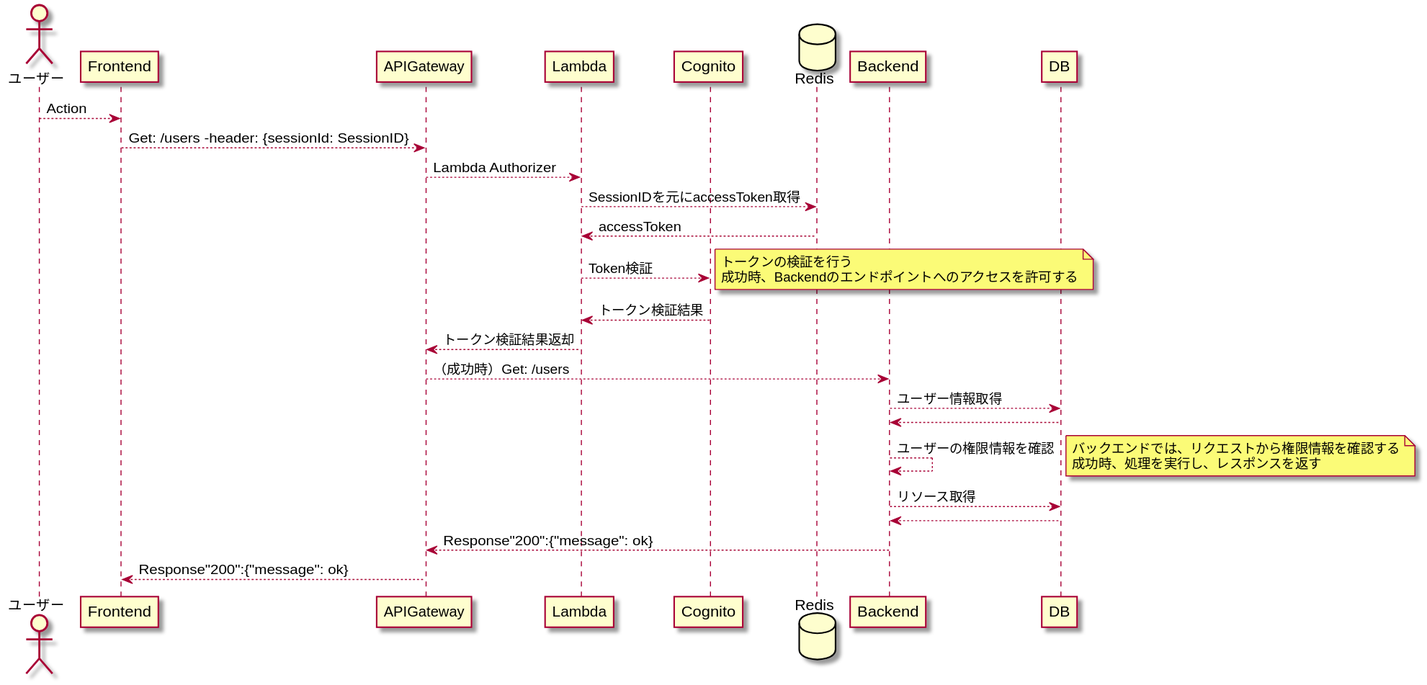
Earlier version of the PlantUML export src/diagrams-svg/Sequence/Auth/Auth.svg (Fukuemon/buddy_design_docs).
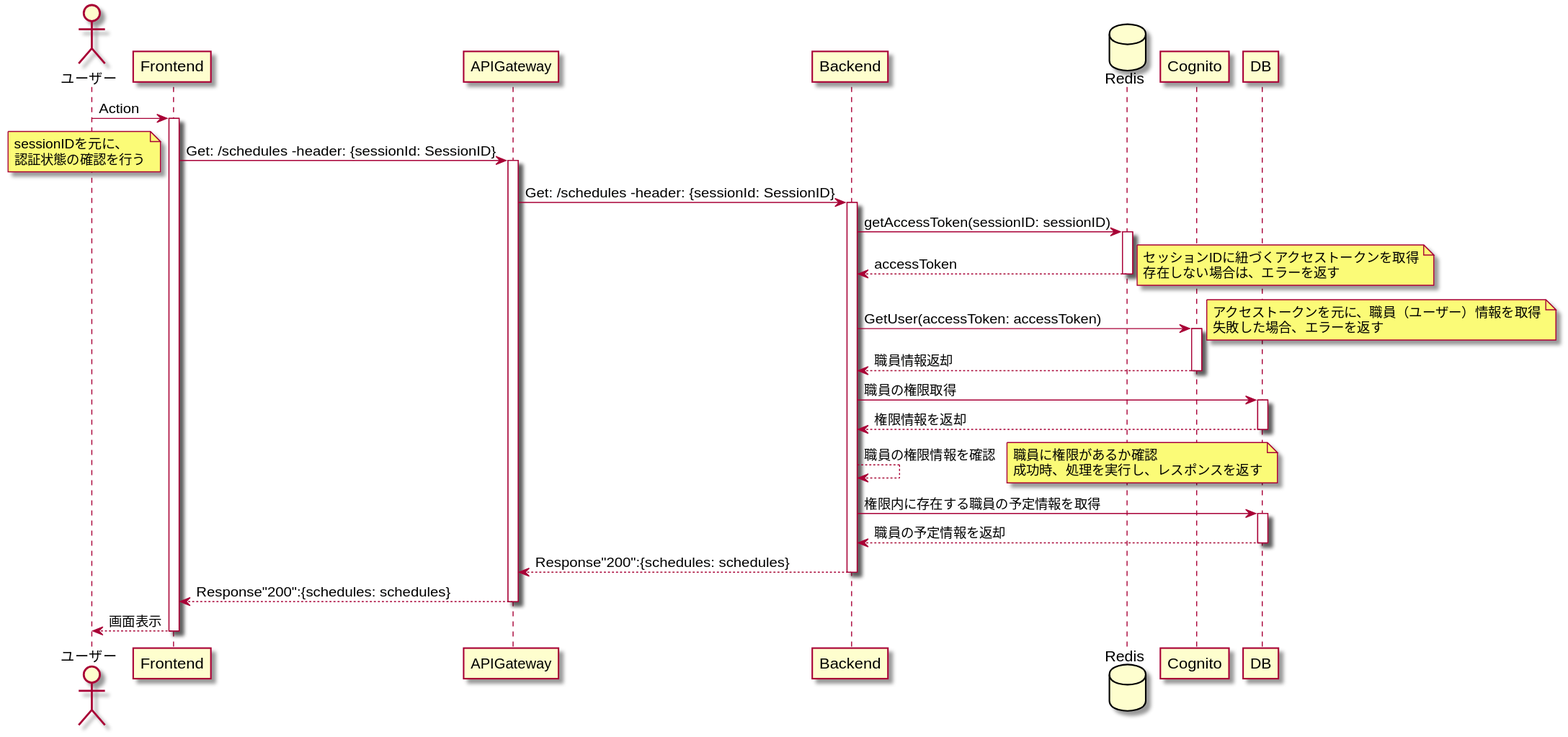
Above is the later version.

The edit, as a diff of the source:
```diff
@@ -2,34 +2,59 @@
 Actor ユーザー
 Participant Frontend as Front
 Participant APIGateway as Gateway
-Participant Lambda
+Participant Backend as Back
+Database Redis
 Participant Cognito
-Database Redis
-Participant Backend as Back
 Participant DB
 
-ユーザー --> Front: Action
-Front --> Gateway: Get: /users -header: {sessionId: SessionID}
-Gateway --> Lambda: Lambda Authorizer
-Lambda --> Redis: SessionIDを元にaccessToken取得
-Redis --> Lambda: accessToken
-Lambda --> Cognito: Token検証
+ユーザー -> Front: Action
+activate Front
+Front -> Gateway: Get: /schedules -header: {sessionId: SessionID}
+note left
+sessionIDを元に、
+認証状態の確認を行う
+end note
+
+activate Gateway
+Gateway -> Back: Get: /schedules -header: {sessionId: SessionID}
+activate Back
+Back -> Redis: getAccessToken(sessionID: sessionID)
+
+activate Redis
+Redis --> Back: accessToken
 note right
-トークンの検証を行う
-成功時、Backendのエンドポイントへのアクセスを許可する
+セッションIDに紐づくアクセストークンを取得
+存在しない場合は、エラーを返す
 end note
-Cognito --> Lambda: トークン検証結果
-Lambda --> Gateway: トークン検証結果返却
-Gateway --> Back: （成功時）Get: /users
-Back --> DB: ユーザー情報取得
-DB --> Back
-Back --> Back: ユーザーの権限情報を確認
+deactivate Redis
+
+Back -> Cognito: GetUser(accessToken: accessToken)
 note right
-バックエンドでは、リクエストから権限情報を確認する
+アクセストークンを元に、職員（ユーザー）情報を取得
+失敗した場合、エラーを返す
+end note
+activate Cognito
+Cognito --> Back: 職員情報返却
+deactivate Cognito
+
+Back-> DB: 職員の権限取得
+activate DB
+DB --> Back: 権限情報を返却
+deactivate DB
+Back --> Back: 職員の権限情報を確認
+note right
+職員に権限があるか確認
 成功時、処理を実行し、レスポンスを返す
 end note
-Back --> DB: リソース取得
-DB --> Back
-Back --> Gateway: Response"200":{"message": ok}
-Gateway --> Front: Response"200":{"message": ok}
+
+Back -> DB: 権限内に存在する職員の予定情報を取得
+activate DB
+DB --> Back: 職員の予定情報を返却
+deactivate DB
+Back --> Gateway: Response"200":{schedules: schedules}
+deactivate Back
+Gateway --> Front: Response"200":{schedules: schedules}
+deactivate Gateway
+Front --> ユーザー: 画面表示
+deactivate Front
 @enduml
```
